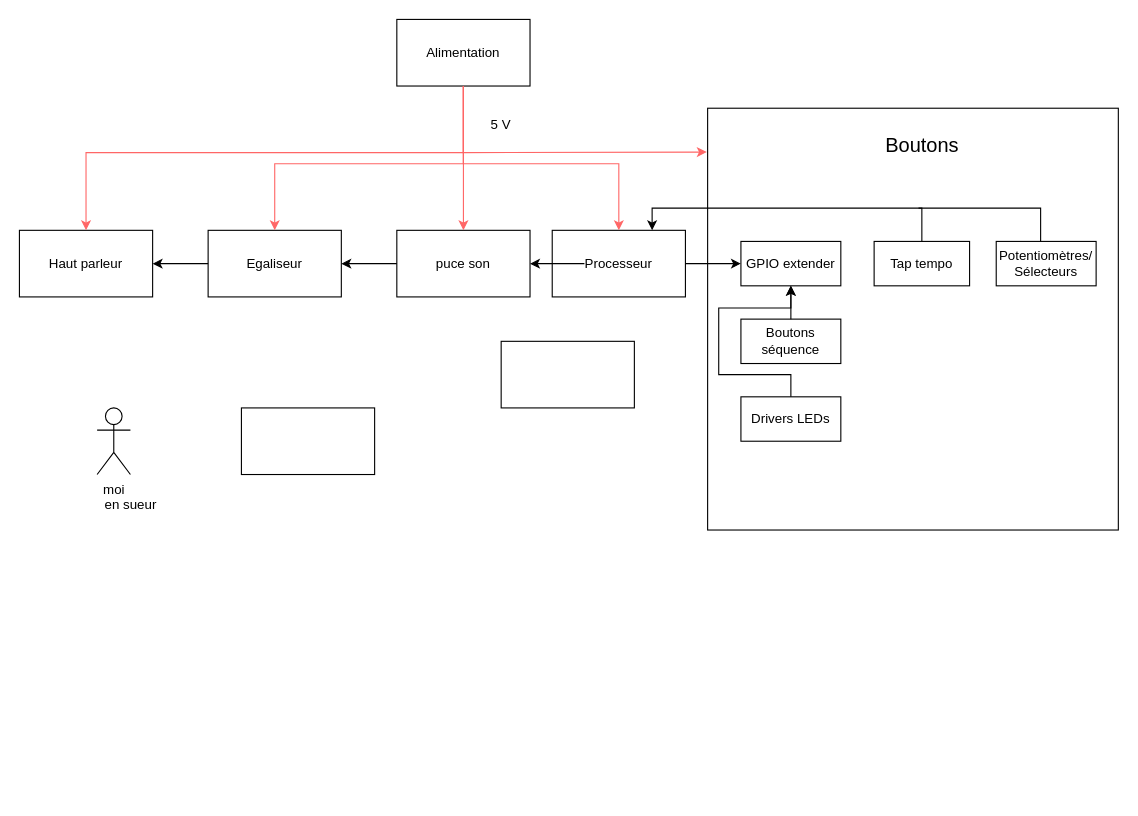
This is Diagramme d'architecture.drawio from YaelCAV/2324_Projet1A_Sequencer, a draw.io file, before an edit. Source tidied: cells renumbered, new cells numbered last; positions are measured from the earlier drawing's top-left corner, leaving out a move shared by most shapes. Both pictures are drawn from the tidied source at 111%, with x=0, y=0 at pixel (19, 19).
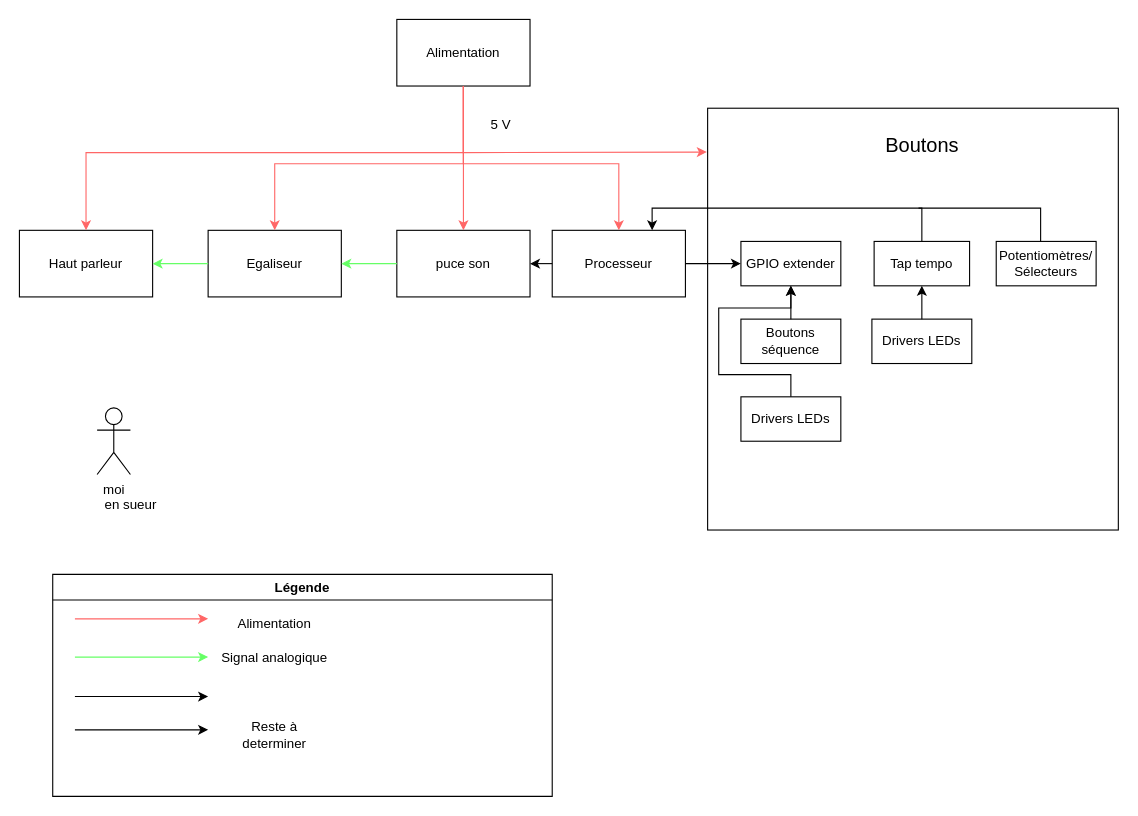
The same page after the edit.

Commit message:
Mettre à jour Diagramme d'architecture.drawio v1.2

Unchanged cells that the change refers to:
```xml
<mxCell id="4" value="puce son" style="rounded=0;whiteSpace=wrap;html=1;" parent="1" vertex="1">
  <mxGeometry x="340" y="190" width="120" height="60" as="geometry" />
</mxCell>
<mxCell id="6" value="Haut parleur" style="rounded=0;whiteSpace=wrap;html=1;" parent="1" vertex="1">
  <mxGeometry y="190" width="120" height="60" as="geometry" />
</mxCell>
<mxCell id="7" value="Tap tempo" style="rounded=0;whiteSpace=wrap;html=1;" parent="1" vertex="1">
  <mxGeometry x="770" y="200" width="86" height="40" as="geometry" />
</mxCell>
<mxCell id="10" value="Egaliseur" style="rounded=0;whiteSpace=wrap;html=1;" parent="1" vertex="1">
  <mxGeometry x="170" y="190" width="120" height="60" as="geometry" />
</mxCell>
```

What changed in the source:
```diff
@@
-    <mxCell id="12" style="rounded=0;whiteSpace=wrap;html=1;" parent="1" vertex="1">
-      <mxGeometry x="434" y="290" width="120" height="60" as="geometry" />
-    </mxCell>
-    <mxCell id="13" style="rounded=0;whiteSpace=wrap;html=1;" parent="1" vertex="1">
-      <mxGeometry x="200" y="350" width="120" height="60" as="geometry" />
-    </mxCell>
@@
-    <mxCell id="21" style="endArrow=classic;html=1;rounded=0;exitX=0;exitY=0.5;exitDx=0;exitDy=0;entryX=1;entryY=0.5;entryDx=0;entryDy=0;" parent="1" edge="1" source="10" target="6">
+    <mxCell id="21" style="endArrow=classic;html=1;rounded=0;exitX=0;exitY=0.5;exitDx=0;exitDy=0;entryX=1;entryY=0.5;entryDx=0;entryDy=0;strokeColor=#66FF66;" parent="1" edge="1" source="10" target="6">
       <mxGeometry relative="1" as="geometry" />
     </mxCell>
-    <mxCell id="22" style="endArrow=classic;html=1;rounded=0;entryX=1;entryY=0.5;entryDx=0;entryDy=0;exitX=0;exitY=0.5;exitDx=0;exitDy=0;" parent="1" edge="1" source="4" target="10">
+    <mxCell id="22" style="endArrow=classic;html=1;rounded=0;entryX=1;entryY=0.5;entryDx=0;entryDy=0;exitX=0;exitY=0.5;exitDx=0;exitDy=0;strokeColor=#66FF66;" parent="1" edge="1" source="4" target="10">
       <mxGeometry relative="1" as="geometry" />
     </mxCell>
     <mxCell id="23" style="endArrow=classic;html=1;rounded=0;entryX=1;entryY=0.5;entryDx=0;entryDy=0;" parent="1" edge="1" target="4">
       <mxGeometry relative="1" as="geometry">
-        <mxPoint x="509" y="220" as="sourcePoint" />
+        <mxPoint x="480" y="220" as="sourcePoint" />
       </mxGeometry>
     </mxCell>
@@
+    <mxCell id="32" value="Drivers LEDs" style="rounded=0;whiteSpace=wrap;html=1;" parent="1" vertex="1">
+      <mxGeometry x="768" y="270" width="90" height="40" as="geometry" />
+    </mxCell>
+    <mxCell id="33" style="endArrow=classic;html=1;rounded=0;exitX=0.5;exitY=0;exitDx=0;exitDy=0;entryX=0.5;entryY=1;entryDx=0;entryDy=0;" parent="1" edge="1" source="32" target="7">
+      <mxGeometry relative="1" as="geometry" />
+    </mxCell>
+    <mxCell id="34" value="Légende" style="swimlane;whiteSpace=wrap;html=1;" parent="1" vertex="1">
+      <mxGeometry x="30" y="500" width="450" height="200" as="geometry" />
+    </mxCell>
+    <mxCell id="35" style="endArrow=classic;html=1;rounded=0;" parent="34" edge="1">
+      <mxGeometry relative="1" as="geometry">
+        <mxPoint x="20" y="110" as="sourcePoint" />
+        <mxPoint x="140" y="110" as="targetPoint" />
+      </mxGeometry>
+    </mxCell>
+    <mxCell id="36" style="endArrow=classic;html=1;rounded=0;strokeColor=#66FF66;" parent="34" edge="1">
+      <mxGeometry relative="1" as="geometry">
+        <mxPoint x="20" y="74.5" as="sourcePoint" />
+        <mxPoint x="140" y="74.5" as="targetPoint" />
+      </mxGeometry>
+    </mxCell>
+    <mxCell id="37" style="endArrow=classic;html=1;rounded=0;" parent="34" edge="1">
+      <mxGeometry relative="1" as="geometry">
+        <mxPoint x="20" y="140" as="sourcePoint" />
+        <mxPoint x="140" y="140" as="targetPoint" />
+      </mxGeometry>
+    </mxCell>
+    <mxCell id="38" style="endArrow=classic;html=1;rounded=0;strokeColor=#FF6666;" parent="34" edge="1">
+      <mxGeometry relative="1" as="geometry">
+        <mxPoint x="20" y="40" as="sourcePoint" />
+        <mxPoint x="140" y="40" as="targetPoint" />
+      </mxGeometry>
+    </mxCell>
+    <mxCell id="39" value="Alimentation" style="text;html=1;align=center;verticalAlign=middle;whiteSpace=wrap;rounded=0;" parent="34" vertex="1">
+      <mxGeometry x="170" y="30" width="60" height="30" as="geometry" />
+    </mxCell>
+    <mxCell id="40" value="Signal analogique" style="text;html=1;align=center;verticalAlign=middle;whiteSpace=wrap;rounded=0;" parent="34" vertex="1">
+      <mxGeometry x="125" y="60" width="150" height="30" as="geometry" />
+    </mxCell>
+    <mxCell id="41" value="Reste à determiner" style="text;html=1;align=center;verticalAlign=middle;whiteSpace=wrap;rounded=0;" parent="34" vertex="1">
+      <mxGeometry x="170" y="130" width="60" height="30" as="geometry" />
+    </mxCell>
```
